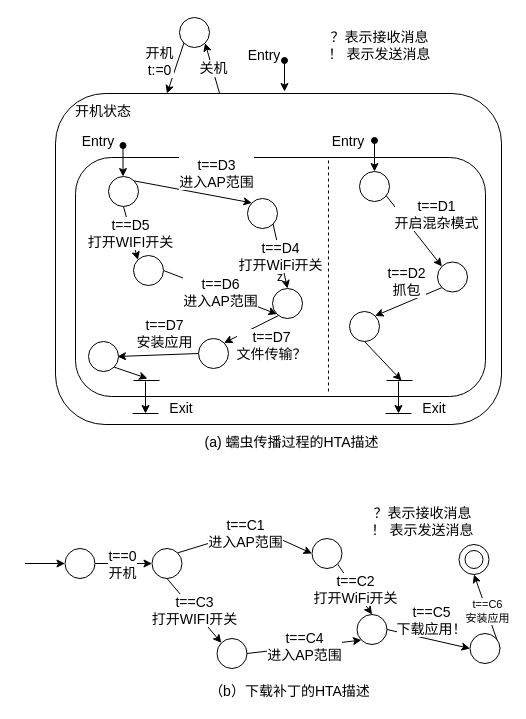
The draw.io diagram page "Page-1" (1 of 2) of 时间自动机.drawio in Icarus1994/neutron_conf, before the edit. Source tidied: cells renumbered, new cells numbered last; positions are measured from the earlier drawing's top-left corner, leaving out a move shared by most shapes. Both pictures are drawn from the tidied source at 100%, with x=0, y=0 at pixel (25, 17).
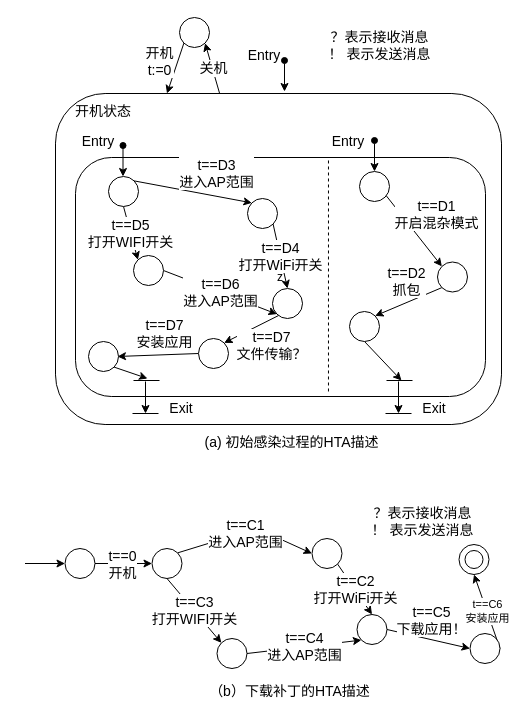
After the change.

Change to the diagram source:
```diff
@@
-    <mxCell id="68" value="&lt;font style=&quot;font-size: 14px&quot;&gt;(a) 蠕虫传播过程的HTA描述&lt;/font&gt;" style="text;html=1;strokeColor=none;fillColor=none;align=center;verticalAlign=middle;whiteSpace=wrap;rounded=0;" parent="1" vertex="1">
+    <mxCell id="68" value="&lt;font style=&quot;font-size: 14px&quot;&gt;(a) 初始感染过程的HTA描述&lt;/font&gt;" style="text;html=1;strokeColor=none;fillColor=none;align=center;verticalAlign=middle;whiteSpace=wrap;rounded=0;" parent="1" vertex="1">
       <mxGeometry x="173" y="415" width="187" height="20" as="geometry" />
     </mxCell>
```
